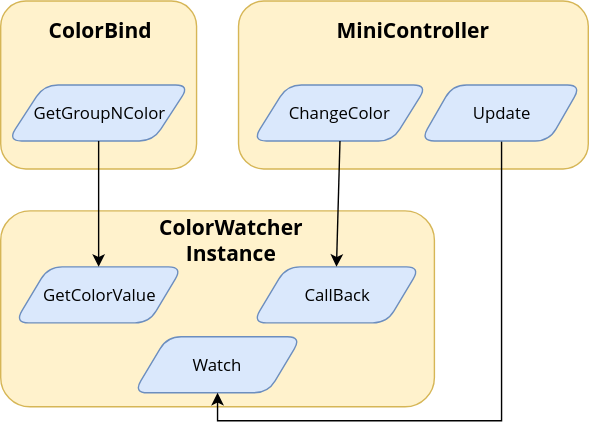
dr-jam/ObserverExercise keeps this draw.io diagram as Watcher.svg. Above is the earlier version. Source tidied: cells renumbered, new cells last; positions are measured from the earlier drawing's top-left corner, leaving out a move shared by most shapes. Source of this version:
```xml
<mxGraphModel>
  <root>
    <mxCell id="0" />
    <mxCell id="1" parent="0" />
    <mxCell id="2" style="rounded=1;whiteSpace=wrap;html=1;fillColor=#fff2cc;strokeColor=#d6b656;fontFamily=Open Sans;" parent="1" vertex="1">
      <mxGeometry x="170" width="250" height="120" as="geometry" />
    </mxCell>
    <mxCell id="3" style="rounded=1;whiteSpace=wrap;html=1;fillColor=#fff2cc;strokeColor=#d6b656;fontFamily=Open Sans;" parent="1" vertex="1">
      <mxGeometry width="140" height="120" as="geometry" />
    </mxCell>
    <mxCell id="4" style="rounded=1;whiteSpace=wrap;html=1;fillColor=#fff2cc;strokeColor=#d6b656;fontFamily=Open Sans;" parent="1" vertex="1">
      <mxGeometry y="150" width="310" height="140" as="geometry" />
    </mxCell>
    <mxCell id="5" value="GetColorValue" style="shape=parallelogram;perimeter=parallelogramPerimeter;whiteSpace=wrap;html=1;fillColor=#dae8fc;strokeColor=#6c8ebf;rounded=1;fontFamily=Open Sans;" parent="1" vertex="1">
      <mxGeometry x="10" y="190" width="120" height="40" as="geometry" />
    </mxCell>
    <mxCell id="6" value="CallBack" style="shape=parallelogram;perimeter=parallelogramPerimeter;whiteSpace=wrap;html=1;fillColor=#dae8fc;strokeColor=#6c8ebf;gradientColor=none;shadow=0;rounded=1;fontFamily=Open Sans;" parent="1" vertex="1">
      <mxGeometry x="180" y="190" width="120" height="40" as="geometry" />
    </mxCell>
    <mxCell id="7" value="GetGroupNColor" style="shape=parallelogram;perimeter=parallelogramPerimeter;whiteSpace=wrap;html=1;fillColor=#dae8fc;strokeColor=#6c8ebf;rounded=1;comic=0;fontFamily=Open Sans;" parent="1" vertex="1">
      <mxGeometry x="5" y="60" width="130" height="40" as="geometry" />
    </mxCell>
    <mxCell id="8" value="ChangeColor" style="shape=parallelogram;perimeter=parallelogramPerimeter;whiteSpace=wrap;html=1;fillColor=#dae8fc;strokeColor=#6c8ebf;rounded=1;comic=0;shadow=0;fontFamily=Open Sans;" parent="1" vertex="1">
      <mxGeometry x="180" y="60" width="125" height="40" as="geometry" />
    </mxCell>
    <mxCell id="9" style="endArrow=classic;html=1;exitX=0.5;exitY=1;exitDx=0;exitDy=0;entryX=0.5;entryY=0;entryDx=0;entryDy=0;fontFamily=Open Sans;" parent="1" edge="1" source="7" target="5">
      <mxGeometry relative="1" as="geometry" />
    </mxCell>
    <mxCell id="10" style="endArrow=classic;html=1;exitX=0.5;exitY=1;exitDx=0;exitDy=0;entryX=0.5;entryY=0;entryDx=0;entryDy=0;fontFamily=Open Sans;" parent="1" edge="1" source="8" target="6">
      <mxGeometry relative="1" as="geometry" />
    </mxCell>
    <mxCell id="11" value="Watch" style="shape=parallelogram;perimeter=parallelogramPerimeter;whiteSpace=wrap;html=1;fillColor=#dae8fc;strokeColor=#6c8ebf;gradientColor=none;shadow=0;rounded=1;fontFamily=Open Sans;" parent="1" vertex="1">
      <mxGeometry x="95" y="240" width="120" height="40" as="geometry" />
    </mxCell>
    <mxCell id="12" value="ColorWatcher Instance" style="text;html=1;strokeColor=none;fillColor=none;align=center;verticalAlign=middle;whiteSpace=wrap;rounded=0;shadow=0;comic=0;fontFamily=Open Sans;fontSize=15;fontStyle=1;" parent="1" vertex="1">
      <mxGeometry x="145" y="160" width="40" height="20" as="geometry" />
    </mxCell>
    <mxCell id="13" style="edgeStyle=orthogonalEdgeStyle;rounded=0;orthogonalLoop=1;jettySize=auto;html=1;exitX=0.5;exitY=1;exitDx=0;exitDy=0;fontFamily=Open Sans;" parent="1" edge="1" source="5" target="5">
      <mxGeometry relative="1" as="geometry" />
    </mxCell>
    <mxCell id="14" value="ColorBind" style="text;html=1;strokeColor=none;fillColor=none;align=center;verticalAlign=middle;whiteSpace=wrap;rounded=0;shadow=0;comic=0;fontFamily=Open Sans;fontSize=15;fontStyle=1;" parent="1" vertex="1">
      <mxGeometry x="50" y="10" width="40" height="20" as="geometry" />
    </mxCell>
    <mxCell id="15" value="MiniController" style="text;html=1;strokeColor=none;fillColor=none;align=center;verticalAlign=middle;whiteSpace=wrap;rounded=0;shadow=0;comic=0;fontFamily=Open Sans;fontSize=15;fontStyle=1;" parent="1" vertex="1">
      <mxGeometry x="275" y="10" width="40" height="20" as="geometry" />
    </mxCell>
    <mxCell id="16" style="edgeStyle=orthogonalEdgeStyle;rounded=0;jettySize=auto;html=1;exitX=0.5;exitY=1;exitDx=0;exitDy=0;entryX=0.5;entryY=1;entryDx=0;entryDy=0;fontFamily=Open Sans;fontSize=15;" parent="1" edge="1" source="17" target="11">
      <mxGeometry relative="1" as="geometry" />
    </mxCell>
    <mxCell id="17" value="Update" style="shape=parallelogram;perimeter=parallelogramPerimeter;whiteSpace=wrap;html=1;fillColor=#dae8fc;strokeColor=#6c8ebf;rounded=1;comic=0;shadow=0;fontFamily=Open Sans;" parent="1" vertex="1">
      <mxGeometry x="300" y="60" width="115" height="40" as="geometry" />
    </mxCell>
  </root>
</mxGraphModel>
```
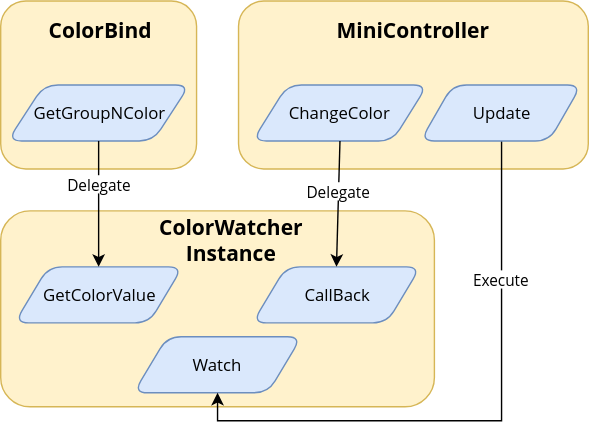
The same file after the commit.

The edit, as a diff of the source:
```diff
@@ -23,12 +23,15 @@
     <mxCell id="8" value="ChangeColor" style="shape=parallelogram;perimeter=parallelogramPerimeter;whiteSpace=wrap;html=1;fillColor=#dae8fc;strokeColor=#6c8ebf;rounded=1;comic=0;shadow=0;fontFamily=Open Sans;" parent="1" vertex="1">
       <mxGeometry x="180" y="60" width="125" height="40" as="geometry" />
     </mxCell>
-    <mxCell id="9" style="endArrow=classic;html=1;exitX=0.5;exitY=1;exitDx=0;exitDy=0;entryX=0.5;entryY=0;entryDx=0;entryDy=0;fontFamily=Open Sans;" parent="1" edge="1" source="7" target="5">
-      <mxGeometry relative="1" as="geometry" />
+    <mxCell id="9" value="Delegate" style="endArrow=classic;html=1;exitX=0.5;exitY=1;exitDx=0;exitDy=0;entryX=0.5;entryY=0;entryDx=0;entryDy=0;fontFamily=Open Sans;" parent="1" edge="1" source="7" target="5">
+      <mxGeometry x="-0.33" relative="1" as="geometry" />
     </mxCell>
     <mxCell id="10" style="endArrow=classic;html=1;exitX=0.5;exitY=1;exitDx=0;exitDy=0;entryX=0.5;entryY=0;entryDx=0;entryDy=0;fontFamily=Open Sans;" parent="1" edge="1" source="8" target="6">
       <mxGeometry relative="1" as="geometry" />
     </mxCell>
+    <mxCell id="18" value="Delegate" style="text;html=1;align=center;verticalAlign=middle;labelBackgroundColor=#ffffff;fontSize=11;fontFamily=Open Sans;" parent="10" vertex="1">
+      <mxGeometry x="-0.22" y="-1" relative="1" as="geometry" />
+    </mxCell>
     <mxCell id="11" value="Watch" style="shape=parallelogram;perimeter=parallelogramPerimeter;whiteSpace=wrap;html=1;fillColor=#dae8fc;strokeColor=#6c8ebf;gradientColor=none;shadow=0;rounded=1;fontFamily=Open Sans;" parent="1" vertex="1">
       <mxGeometry x="95" y="240" width="120" height="40" as="geometry" />
     </mxCell>
@@ -47,6 +50,9 @@
     <mxCell id="16" style="edgeStyle=orthogonalEdgeStyle;rounded=0;jettySize=auto;html=1;exitX=0.5;exitY=1;exitDx=0;exitDy=0;entryX=0.5;entryY=1;entryDx=0;entryDy=0;fontFamily=Open Sans;fontSize=15;" parent="1" edge="1" source="17" target="11">
       <mxGeometry relative="1" as="geometry" />
     </mxCell>
+    <mxCell id="19" value="Execute" style="text;html=1;align=center;verticalAlign=middle;labelBackgroundColor=#ffffff;fontSize=11;fontFamily=Open Sans;" parent="16" vertex="1">
+      <mxGeometry x="-0.54" y="-1" relative="1" as="geometry" />
+    </mxCell>
     <mxCell id="17" value="Update" style="shape=parallelogram;perimeter=parallelogramPerimeter;whiteSpace=wrap;html=1;fillColor=#dae8fc;strokeColor=#6c8ebf;rounded=1;comic=0;shadow=0;fontFamily=Open Sans;" parent="1" vertex="1">
       <mxGeometry x="300" y="60" width="115" height="40" as="geometry" />
     </mxCell>
```
